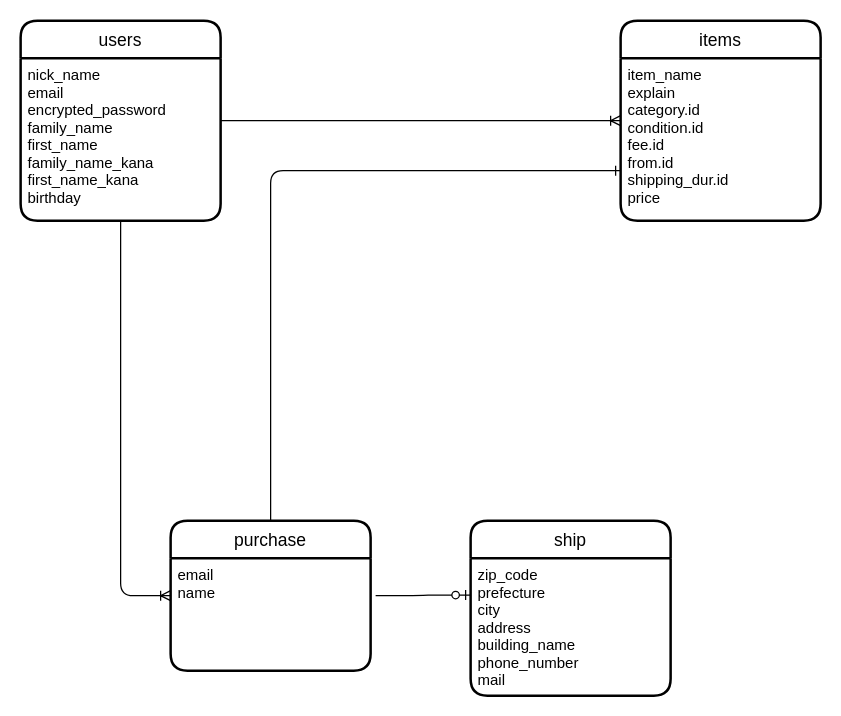
Before: ERmap.drawio in MITSURUYAMAZAKI/furima-33064, a draw.io diagram. Source tidied: cells renumbered, new cells numbered last; positions are measured from the earlier drawing's top-left corner, leaving out a move shared by most shapes. Both pictures are drawn from the tidied source at 125%, with x=0, y=0 at pixel (20, 20).
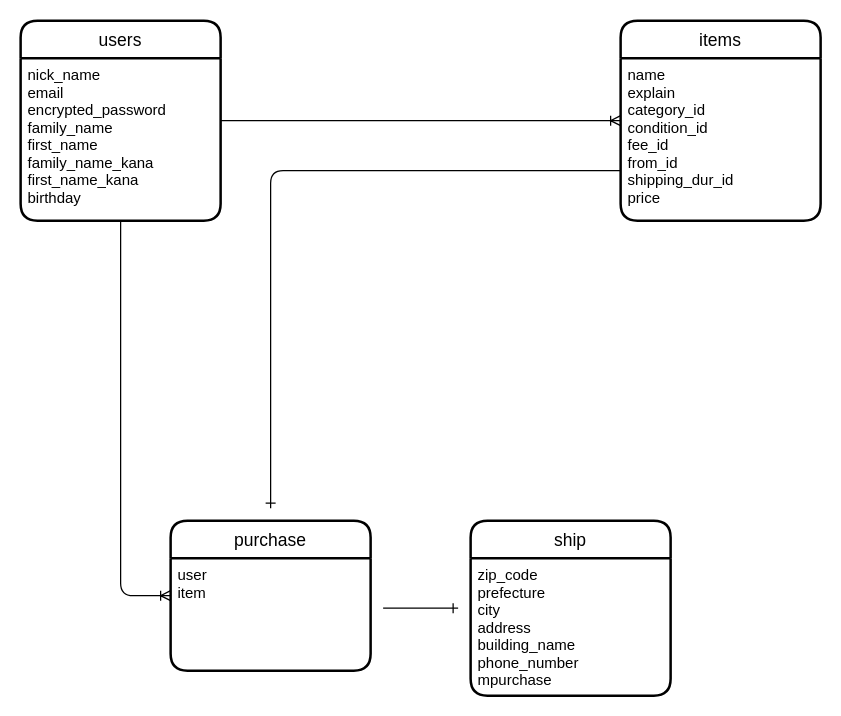
After the change.

The edit, as a diff of the source:
```diff
@@
 <mxGraphModel>
   <root>
     <mxCell id="0" />
     <mxCell id="1" parent="0" />
     <mxCell id="2" value="users" style="swimlane;horizontal=1;startSize=30;rounded=1;fontSize=14;fontStyle=0;strokeWidth=2;shadow=0;dashed=0;align=center;fillColor=none;gradientColor=none;" parent="1" vertex="1">
       <mxGeometry width="160" height="160" as="geometry" />
     </mxCell>
     <mxCell id="3" value="nick_name&#10;email&#10;encrypted_password&#10;family_name&#10;first_name&#10;family_name_kana&#10;first_name_kana&#10;birthday" style="align=left;strokeColor=none;fillColor=none;spacingLeft=4;fontSize=12;verticalAlign=top;" parent="2" vertex="1">
       <mxGeometry y="30" width="160" height="130" as="geometry" />
     </mxCell>
     <mxCell id="4" value="items" style="swimlane;horizontal=1;startSize=30;rounded=1;fontSize=14;fontStyle=0;strokeWidth=2;shadow=0;dashed=0;align=center;fillColor=none;gradientColor=none;" parent="1" vertex="1">
       <mxGeometry x="480" width="160" height="160" as="geometry" />
     </mxCell>
-    <mxCell id="5" value="item_name&#10;explain&#10;category.id&#10;condition.id&#10;fee.id&#10;from.id&#10;shipping_dur.id&#10;price" style="align=left;strokeColor=none;fillColor=none;spacingLeft=4;fontSize=12;verticalAlign=top;" parent="4" vertex="1">
+    <mxCell id="5" value="name&#10;explain&#10;category_id&#10;condition_id&#10;fee_id&#10;from_id&#10;shipping_dur_id&#10;price" style="align=left;strokeColor=none;fillColor=none;spacingLeft=4;fontSize=12;verticalAlign=top;" parent="4" vertex="1">
       <mxGeometry y="30" width="160" height="130" as="geometry" />
     </mxCell>
     <mxCell id="6" value="purchase" style="swimlane;horizontal=1;startSize=30;rounded=1;fontSize=14;fontStyle=0;strokeWidth=2;shadow=0;dashed=0;align=center;" parent="1" vertex="1">
       <mxGeometry x="120" y="400" width="160" height="120" as="geometry" />
     </mxCell>
-    <mxCell id="7" value="email&#10;name" style="align=left;strokeColor=none;fillColor=none;spacingLeft=4;fontSize=12;verticalAlign=top;" parent="6" vertex="1">
+    <mxCell id="7" value="user&#10;item" style="align=left;strokeColor=none;fillColor=none;spacingLeft=4;fontSize=12;verticalAlign=top;" parent="6" vertex="1">
       <mxGeometry y="30" width="160" height="90" as="geometry" />
     </mxCell>
     <mxCell id="8" value="ship" style="swimlane;horizontal=1;startSize=30;rounded=1;fontSize=14;fontStyle=0;strokeWidth=2;shadow=0;dashed=0;align=center;" parent="1" vertex="1">
       <mxGeometry x="360" y="400" width="160" height="140" as="geometry" />
     </mxCell>
-    <mxCell id="9" value="zip_code&#10;prefecture&#10;city&#10;address&#10;building_name&#10;phone_number&#10;mail" style="align=left;strokeColor=none;fillColor=none;spacingLeft=4;fontSize=12;verticalAlign=top;" parent="8" vertex="1">
+    <mxCell id="9" value="zip_code&#10;prefecture&#10;city&#10;address&#10;building_name&#10;phone_number&#10;mpurchase" style="align=left;strokeColor=none;fillColor=none;spacingLeft=4;fontSize=12;verticalAlign=top;" parent="8" vertex="1">
       <mxGeometry y="30" width="160" height="110" as="geometry" />
     </mxCell>
     <mxCell id="10" style="edgeStyle=entityRelationEdgeStyle;fontSize=12;html=1;endArrow=ERoneToMany;entryX=0;entryY=0.5;entryDx=0;entryDy=0;" parent="1" edge="1" target="4">
       <mxGeometry relative="1" as="geometry">
         <mxPoint x="160" y="80" as="sourcePoint" />
       </mxGeometry>
     </mxCell>
-    <mxCell id="11" style="edgeStyle=entityRelationEdgeStyle;fontSize=12;html=1;endArrow=ERzeroToOne;endFill=1;exitX=1.025;exitY=0.333;exitDx=0;exitDy=0;exitPerimeter=0;" parent="1" edge="1" source="7">
-      <mxGeometry relative="1" as="geometry">
-        <mxPoint x="360" y="459.5" as="targetPoint" />
-      </mxGeometry>
-    </mxCell>
-    <mxCell id="12" style="edgeStyle=orthogonalEdgeStyle;fontSize=12;html=1;endArrow=ERone;endFill=1;entryX=0;entryY=0.75;entryDx=0;entryDy=0;exitX=0.5;exitY=0;exitDx=0;exitDy=0;" parent="1" edge="1" source="6" target="4">
-      <mxGeometry relative="1" as="geometry" />
+    <mxCell id="12" style="edgeStyle=orthogonalEdgeStyle;fontSize=12;html=1;endArrow=ERone;endFill=1;" parent="1" edge="1">
+      <mxGeometry relative="1" as="geometry">
+        <mxPoint x="480" y="120" as="sourcePoint" />
+        <mxPoint x="200" y="390" as="targetPoint" />
+        <Array as="points">
+          <mxPoint x="480" y="120" />
+          <mxPoint x="200" y="120" />
+        </Array>
+      </mxGeometry>
     </mxCell>
     <mxCell id="13" style="edgeStyle=orthogonalEdgeStyle;fontSize=12;html=1;endArrow=ERoneToMany;exitX=0.5;exitY=1;exitDx=0;exitDy=0;entryX=0;entryY=0.5;entryDx=0;entryDy=0;" parent="1" edge="1" source="3" target="6">
       <mxGeometry relative="1" as="geometry" />
     </mxCell>
+    <mxCell id="14" style="edgeStyle=entityRelationEdgeStyle;fontSize=12;html=1;endArrow=ERone;endFill=1;" parent="1" edge="1">
+      <mxGeometry relative="1" as="geometry">
+        <mxPoint x="290" y="470" as="sourcePoint" />
+        <mxPoint x="350" y="470" as="targetPoint" />
+      </mxGeometry>
+    </mxCell>
   </root>
 </mxGraphModel>
```
